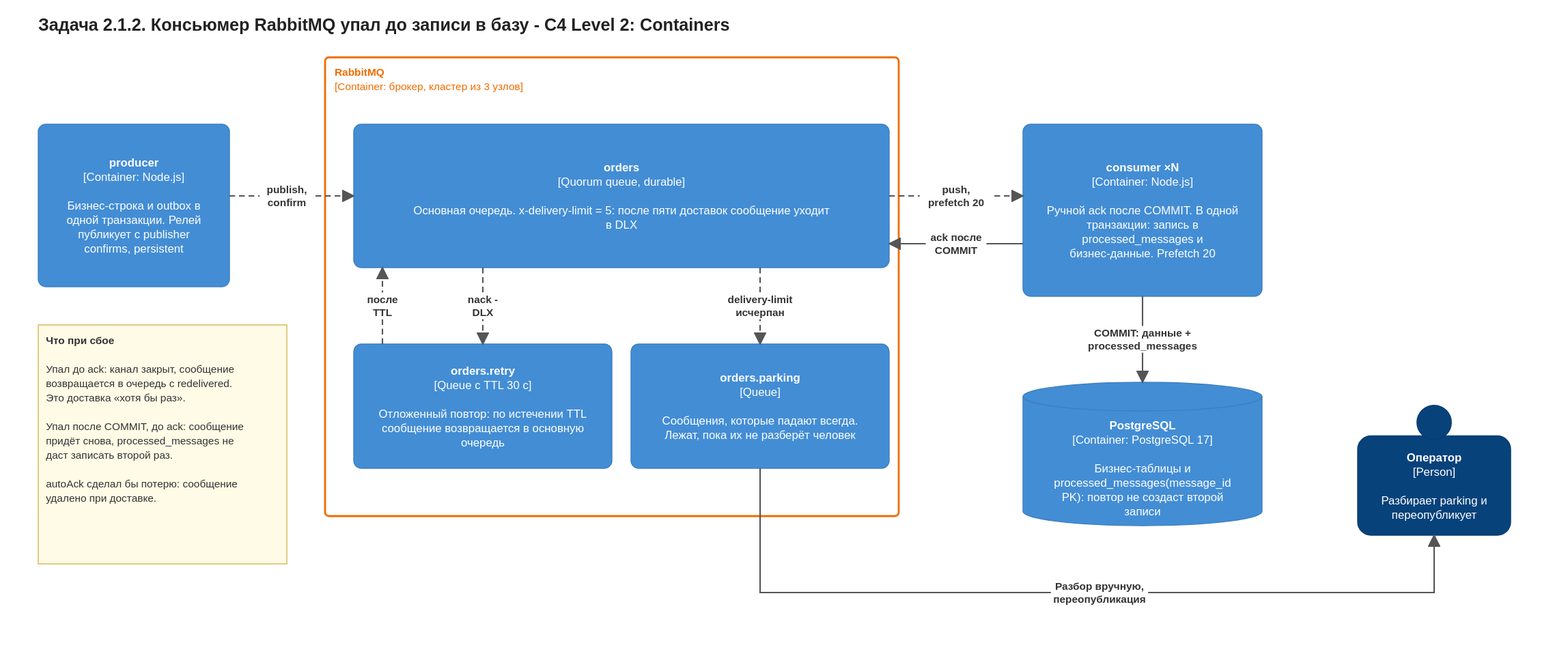
Elaman19/system-design keeps this draw.io diagram as docs/highload/rabbitmq-consumer.drawio.svg. Above is the earlier version. Source tidied: cells renumbered, new cells last; positions are measured from the earlier drawing's top-left corner, leaving out a move shared by most shapes.
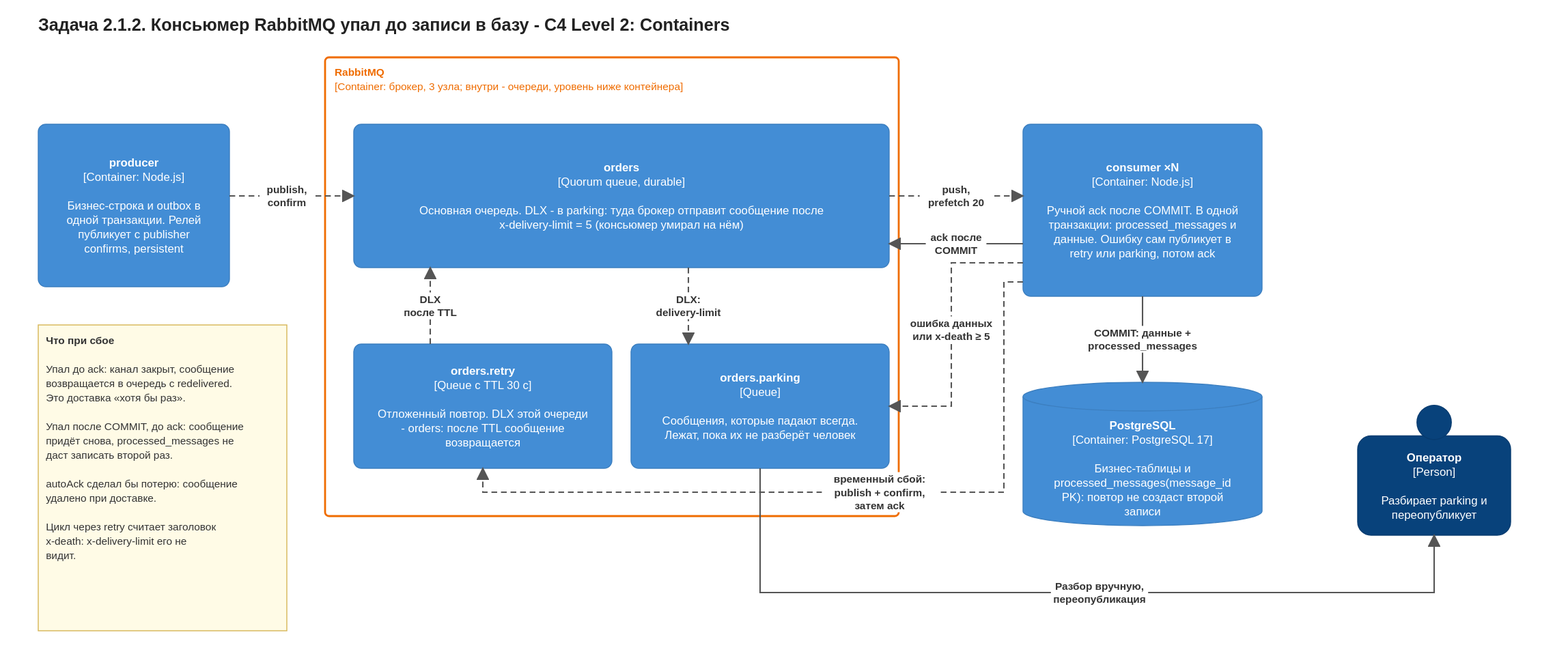
Later version of the same file.

What changed in the source:
```diff
@@ -2,7 +2,7 @@
   <root>
     <mxCell id="0" />
     <mxCell id="1" value="2.1.2 RabbitMQ" parent="0" />
-    <mxCell id="2" value="&lt;b&gt;RabbitMQ&lt;/b&gt;&lt;br&gt;[Container: брокер, кластер из 3 узлов]" style="fontFamily=Helvetica;html=1;whiteSpace=wrap;fontSize=12;rounded=1;arcSize=2;fillColor=none;strokeWidth=2;fontSize=11;align=left;spacing=10;strokeColor=#ef6c00;fontColor=#ef6c00;verticalAlign=top;" parent="1" vertex="1">
+    <mxCell id="2" value="&lt;b&gt;RabbitMQ&lt;/b&gt;&lt;br&gt;[Container: брокер, 3 узла; внутри - очереди, уровень ниже контейнера]" style="fontFamily=Helvetica;html=1;whiteSpace=wrap;fontSize=12;rounded=1;arcSize=2;fillColor=none;strokeWidth=2;fontSize=11;align=left;spacing=10;strokeColor=#ef6c00;fontColor=#ef6c00;verticalAlign=top;" parent="1" vertex="1">
       <mxGeometry x="300" y="46" width="600" height="480" as="geometry" />
     </mxCell>
     <mxCell id="3" value="&lt;b&gt;Задача 2.1.2. Консьюмер RabbitMQ упал до записи в базу - C4 Level 2: Containers&lt;/b&gt;" style="fontFamily=Helvetica;html=1;whiteSpace=wrap;text;fontSize=18;align=left;verticalAlign=top;fontColor=#222222;" parent="1" vertex="1">
@@ -11,16 +11,16 @@
     <mxCell id="4" value="&lt;b&gt;producer&lt;/b&gt;&lt;br&gt;[Container: Node.js]&lt;br&gt;&lt;br&gt;Бизнес-строка и outbox в одной транзакции. Релей публикует с publisher confirms, persistent" style="fontFamily=Helvetica;html=1;whiteSpace=wrap;fontSize=12;rounded=1;arcSize=8;fillColor=#438dd5;strokeColor=#3c7fc0;fontColor=#ffffff;" parent="1" vertex="1">
       <mxGeometry y="116" width="200" height="170" as="geometry" />
     </mxCell>
-    <mxCell id="5" value="&lt;b&gt;orders&lt;/b&gt;&lt;br&gt;[Quorum queue, durable]&lt;br&gt;&lt;br&gt;Основная очередь. x-delivery-limit = 5: после пяти доставок сообщение уходит в DLX" style="fontFamily=Helvetica;html=1;whiteSpace=wrap;fontSize=12;rounded=1;arcSize=8;fillColor=#438dd5;strokeColor=#3c7fc0;fontColor=#ffffff;" parent="1" vertex="1">
+    <mxCell id="5" value="&lt;b&gt;orders&lt;/b&gt;&lt;br&gt;[Quorum queue, durable]&lt;br&gt;&lt;br&gt;Основная очередь. DLX - в parking: туда брокер отправит сообщение после x-delivery-limit = 5 (консьюмер умирал на нём)" style="fontFamily=Helvetica;html=1;whiteSpace=wrap;fontSize=12;rounded=1;arcSize=8;fillColor=#438dd5;strokeColor=#3c7fc0;fontColor=#ffffff;" parent="1" vertex="1">
       <mxGeometry x="330" y="116" width="560" height="150" as="geometry" />
     </mxCell>
-    <mxCell id="6" value="&lt;b&gt;orders.retry&lt;/b&gt;&lt;br&gt;[Queue с TTL 30 с]&lt;br&gt;&lt;br&gt;Отложенный повтор: по истечении TTL сообщение возвращается в основную очередь" style="fontFamily=Helvetica;html=1;whiteSpace=wrap;fontSize=12;rounded=1;arcSize=8;fillColor=#438dd5;strokeColor=#3c7fc0;fontColor=#ffffff;" parent="1" vertex="1">
+    <mxCell id="6" value="&lt;b&gt;orders.retry&lt;/b&gt;&lt;br&gt;[Queue с TTL 30 с]&lt;br&gt;&lt;br&gt;Отложенный повтор. DLX этой очереди - orders: после TTL сообщение возвращается" style="fontFamily=Helvetica;html=1;whiteSpace=wrap;fontSize=12;rounded=1;arcSize=8;fillColor=#438dd5;strokeColor=#3c7fc0;fontColor=#ffffff;" parent="1" vertex="1">
       <mxGeometry x="330" y="346" width="270" height="130" as="geometry" />
     </mxCell>
     <mxCell id="7" value="&lt;b&gt;orders.parking&lt;/b&gt;&lt;br&gt;[Queue]&lt;br&gt;&lt;br&gt;Сообщения, которые падают всегда. Лежат, пока их не разберёт человек" style="fontFamily=Helvetica;html=1;whiteSpace=wrap;fontSize=12;rounded=1;arcSize=8;fillColor=#438dd5;strokeColor=#3c7fc0;fontColor=#ffffff;" parent="1" vertex="1">
       <mxGeometry x="620" y="346" width="270" height="130" as="geometry" />
     </mxCell>
-    <mxCell id="8" value="&lt;b&gt;consumer ×N&lt;/b&gt;&lt;br&gt;[Container: Node.js]&lt;br&gt;&lt;br&gt;Ручной ack после COMMIT. В одной транзакции: запись в processed_messages и бизнес-данные. Prefetch 20" style="fontFamily=Helvetica;html=1;whiteSpace=wrap;fontSize=12;rounded=1;arcSize=8;fillColor=#438dd5;strokeColor=#3c7fc0;fontColor=#ffffff;" parent="1" vertex="1">
+    <mxCell id="8" value="&lt;b&gt;consumer ×N&lt;/b&gt;&lt;br&gt;[Container: Node.js]&lt;br&gt;&lt;br&gt;Ручной ack после COMMIT. В одной транзакции: processed_messages и данные. Ошибку сам публикует в retry или parking, потом ack" style="fontFamily=Helvetica;html=1;whiteSpace=wrap;fontSize=12;rounded=1;arcSize=8;fillColor=#438dd5;strokeColor=#3c7fc0;fontColor=#ffffff;" parent="1" vertex="1">
       <mxGeometry x="1030" y="116" width="250" height="180" as="geometry" />
     </mxCell>
     <mxCell id="9" value="&lt;b&gt;PostgreSQL&lt;/b&gt;&lt;br&gt;[Container: PostgreSQL 17]&lt;br&gt;&lt;br&gt;Бизнес-таблицы и processed_messages(message_id PK): повтор не создаст второй записи" style="fontFamily=Helvetica;html=1;whiteSpace=wrap;fontSize=12;shape=cylinder3;boundedLbl=1;backgroundOutline=1;size=15;fillColor=#438dd5;strokeColor=#3c7fc0;fontColor=#ffffff;" parent="1" vertex="1">
@@ -29,8 +29,8 @@
     <mxCell id="10" value="&lt;b&gt;Оператор&lt;/b&gt;&lt;br&gt;[Person]&lt;br&gt;&lt;br&gt;Разбирает parking и переопубликует" style="fontFamily=Helvetica;html=1;whiteSpace=wrap;fontSize=12;shape=mxgraph.c4.person2;fillColor=#08427b;strokeColor=#073b6f;fontColor=#ffffff;align=center;verticalAlign=middle;" parent="1" vertex="1">
       <mxGeometry x="1380" y="406" width="160" height="140" as="geometry" />
     </mxCell>
-    <mxCell id="11" value="&lt;b&gt;Что при сбое&lt;/b&gt;&lt;br&gt;&lt;br&gt;Упал до ack: канал закрыт, сообщение возвращается в очередь с redelivered. Это доставка «хотя бы раз».&lt;br&gt;&lt;br&gt;Упал после COMMIT, до ack: сообщение придёт снова, processed_messages не даст записать второй раз.&lt;br&gt;&lt;br&gt;autoAck сделал бы потерю: сообщение удалено при доставке." style="fontFamily=Helvetica;html=1;whiteSpace=wrap;fontSize=12;rounded=0;fillColor=#fffbe6;strokeColor=#d6b656;fontColor=#333333;align=left;verticalAlign=top;spacing=8;fontSize=11;" parent="1" vertex="1">
-      <mxGeometry y="326" width="260" height="250" as="geometry" />
+    <mxCell id="11" value="&lt;b&gt;Что при сбое&lt;/b&gt;&lt;br&gt;&lt;br&gt;Упал до ack: канал закрыт, сообщение возвращается в очередь с redelivered. Это доставка «хотя бы раз».&lt;br&gt;&lt;br&gt;Упал после COMMIT, до ack: сообщение придёт снова, processed_messages не даст записать второй раз.&lt;br&gt;&lt;br&gt;autoAck сделал бы потерю: сообщение удалено при доставке.&lt;br&gt;&lt;br&gt;Цикл через retry считает заголовок x-death: x-delivery-limit его не видит." style="fontFamily=Helvetica;html=1;whiteSpace=wrap;fontSize=12;rounded=0;fillColor=#fffbe6;strokeColor=#d6b656;fontColor=#333333;align=left;verticalAlign=top;spacing=8;fontSize=11;" parent="1" vertex="1">
+      <mxGeometry y="326" width="260" height="320" as="geometry" />
     </mxCell>
     <mxCell id="12" value="&lt;b&gt;publish,&lt;br&gt;confirm&lt;/b&gt;" style="fontFamily=Helvetica;html=1;whiteSpace=wrap;fontSize=11;rounded=0;endArrow=blockThin;endFill=1;strokeColor=#555555;strokeWidth=1.5;fontColor=#333333;labelBackgroundColor=#ffffff;exitX=1.0;exitY=0.441;entryX=0.0;entryY=0.5;dashed=1;dashPattern=6 4;" parent="1" edge="1" source="4" target="5">
       <mxGeometry x="-0.08" relative="1" as="geometry" />
@@ -44,15 +44,29 @@
     <mxCell id="15" value="&lt;b&gt;COMMIT: данные +&lt;br&gt;processed_messages&lt;/b&gt;" style="fontFamily=Helvetica;html=1;whiteSpace=wrap;fontSize=11;rounded=0;endArrow=blockThin;endFill=1;strokeColor=#555555;strokeWidth=1.5;fontColor=#333333;labelBackgroundColor=#ffffff;exitX=0.5;exitY=1.0;entryX=0.5;entryY=0.0;" parent="1" edge="1" source="8" target="9">
       <mxGeometry relative="1" as="geometry" />
     </mxCell>
-    <mxCell id="16" value="&lt;b&gt;nack -&lt;br&gt;DLX&lt;/b&gt;" style="fontFamily=Helvetica;html=1;whiteSpace=wrap;fontSize=11;rounded=0;endArrow=blockThin;endFill=1;strokeColor=#555555;strokeWidth=1.5;fontColor=#333333;labelBackgroundColor=#ffffff;exitX=0.241;exitY=1.0;entryX=0.5;entryY=0.0;dashed=1;dashPattern=6 4;" parent="1" edge="1" source="5" target="6">
-      <mxGeometry relative="1" as="geometry" />
+    <mxCell id="16" value="&lt;b&gt;временный сбой:&lt;br&gt;publish + confirm,&lt;br&gt;затем ack&lt;/b&gt;" style="fontFamily=Helvetica;html=1;whiteSpace=wrap;fontSize=11;rounded=0;endArrow=blockThin;endFill=1;strokeColor=#555555;strokeWidth=1.5;fontColor=#333333;labelBackgroundColor=#ffffff;exitX=0.0;exitY=0.917;entryX=0.5;entryY=1.0;dashed=1;dashPattern=6 4;" parent="1" edge="1" source="8" target="6">
+      <mxGeometry x="-0.09" relative="1" as="geometry">
+        <Array as="points">
+          <mxPoint x="1010" y="281" />
+          <mxPoint x="1010" y="501" />
+          <mxPoint x="465" y="501" />
+        </Array>
+      </mxGeometry>
     </mxCell>
-    <mxCell id="17" value="&lt;b&gt;после&lt;br&gt;TTL&lt;/b&gt;" style="fontFamily=Helvetica;html=1;whiteSpace=wrap;fontSize=11;rounded=0;endArrow=blockThin;endFill=1;strokeColor=#555555;strokeWidth=1.5;fontColor=#333333;labelBackgroundColor=#ffffff;exitX=0.111;exitY=0.0;entryX=0.054;entryY=1.0;dashed=1;dashPattern=6 4;" parent="1" edge="1" source="6" target="5">
+    <mxCell id="17" value="&lt;b&gt;DLX&lt;br&gt;после TTL&lt;/b&gt;" style="fontFamily=Helvetica;html=1;whiteSpace=wrap;fontSize=11;rounded=0;endArrow=blockThin;endFill=1;strokeColor=#555555;strokeWidth=1.5;fontColor=#333333;labelBackgroundColor=#ffffff;exitX=0.296;exitY=0.0;entryX=0.143;entryY=1.0;dashed=1;dashPattern=6 4;" parent="1" edge="1" source="6" target="5">
       <mxGeometry relative="1" as="geometry" />
     </mxCell>
-    <mxCell id="18" value="&lt;b&gt;delivery-limit&lt;br&gt;исчерпан&lt;/b&gt;" style="fontFamily=Helvetica;html=1;whiteSpace=wrap;fontSize=11;rounded=0;endArrow=blockThin;endFill=1;strokeColor=#555555;strokeWidth=1.5;fontColor=#333333;labelBackgroundColor=#ffffff;exitX=0.759;exitY=1.0;entryX=0.5;entryY=0.0;dashed=1;dashPattern=6 4;" parent="1" edge="1" source="5" target="7">
+    <mxCell id="18" value="&lt;b&gt;DLX:&lt;br&gt;delivery-limit&lt;/b&gt;" style="fontFamily=Helvetica;html=1;whiteSpace=wrap;fontSize=11;rounded=0;endArrow=blockThin;endFill=1;strokeColor=#555555;strokeWidth=1.5;fontColor=#333333;labelBackgroundColor=#ffffff;exitX=0.625;exitY=1.0;entryX=0.222;entryY=0.0;dashed=1;dashPattern=6 4;" parent="1" edge="1" source="5" target="7">
       <mxGeometry relative="1" as="geometry" />
     </mxCell>
+    <mxCell id="20" value="&lt;b&gt;ошибка данных&lt;br&gt;или x-death ≥ 5&lt;/b&gt;" style="fontFamily=Helvetica;html=1;whiteSpace=wrap;fontSize=11;rounded=0;endArrow=blockThin;endFill=1;strokeColor=#555555;strokeWidth=1.5;fontColor=#333333;labelBackgroundColor=#ffffff;exitX=0.0;exitY=0.806;entryX=1.0;entryY=0.5;dashed=1;dashPattern=6 4;" parent="1" edge="1" source="8" target="7">
+      <mxGeometry relative="1" as="geometry">
+        <Array as="points">
+          <mxPoint x="955" y="261" />
+          <mxPoint x="955" y="411" />
+        </Array>
+      </mxGeometry>
+    </mxCell>
     <mxCell id="19" value="&lt;b&gt;Разбор вручную,&lt;br&gt;переопубликация&lt;/b&gt;" style="fontFamily=Helvetica;html=1;whiteSpace=wrap;fontSize=11;rounded=0;endArrow=blockThin;endFill=1;strokeColor=#555555;strokeWidth=1.5;fontColor=#333333;labelBackgroundColor=#ffffff;exitX=0.5;exitY=1.0;entryX=0.5;entryY=1.0;" parent="1" edge="1" source="7" target="10">
       <mxGeometry x="0.08" relative="1" as="geometry">
         <Array as="points">
```
